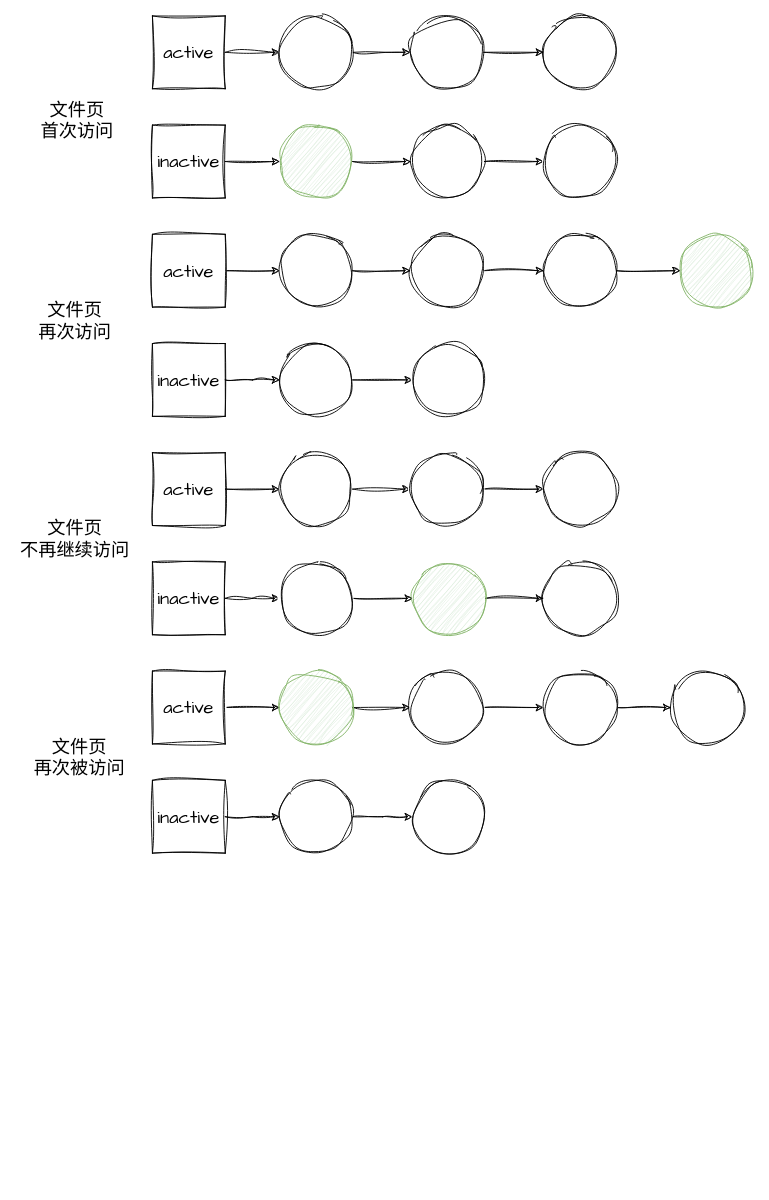
This is images/LRU双链表.drawio from ji92/markdown_picture, a draw.io file, before an edit. Source tidied: cells renumbered, new cells numbered last; positions are measured from the earlier drawing's top-left corner, leaving out a move shared by most shapes. Both pictures are drawn from the tidied source at 91%, with x=0, y=0 at pixel (15, 15).
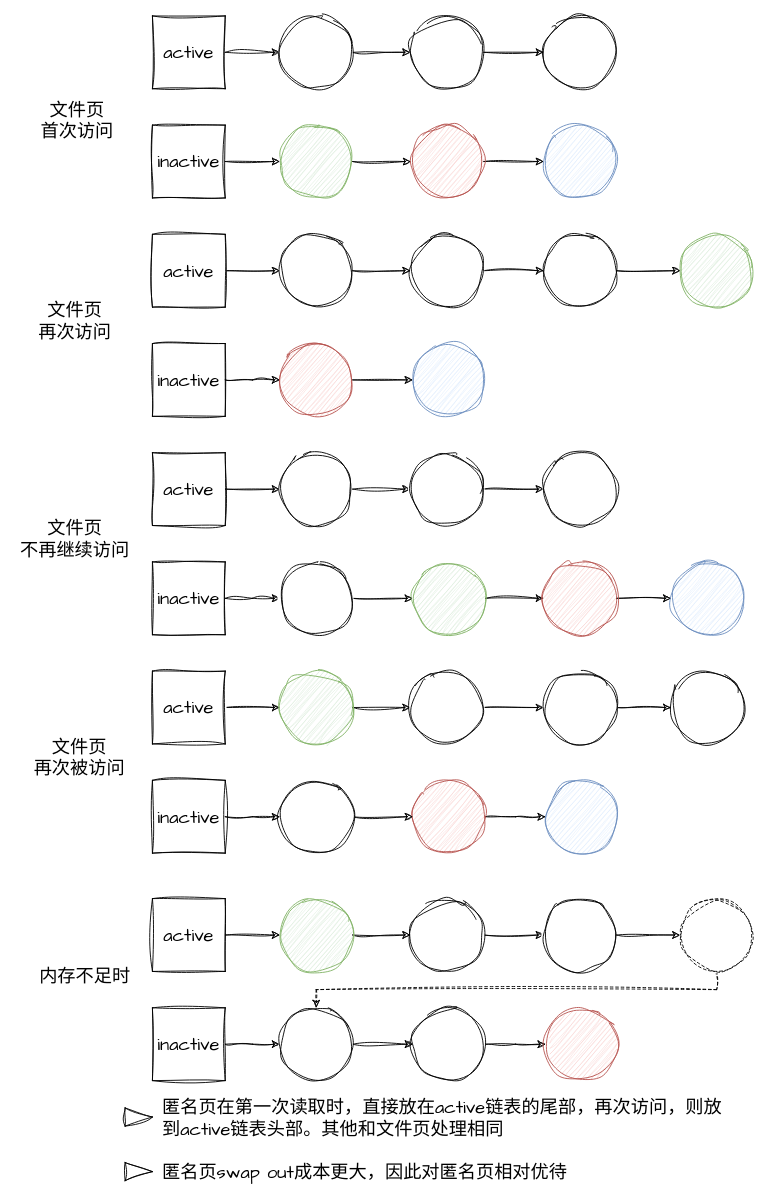
The same diagram, later.

Commit message (it also covers changes not shown here):
更新LRU双链表.drawio

Change to the diagram source:
```diff
@@
-    <mxCell id="14" style="ellipse;whiteSpace=wrap;html=1;sketch=1;hachureGap=4;jiggle=2;curveFitting=1;fontFamily=Architects Daughter;fontSize=20;" parent="1" vertex="1">
+    <mxCell id="14" style="ellipse;whiteSpace=wrap;html=1;sketch=1;hachureGap=4;jiggle=2;curveFitting=1;fontFamily=Architects Daughter;fontSize=20;fillColor=#f8cecc;strokeColor=#b85450;" parent="1" vertex="1">
       <mxGeometry x="434" y="120" width="80" height="80" as="geometry" />
     </mxCell>
-    <mxCell id="15" style="ellipse;whiteSpace=wrap;html=1;sketch=1;hachureGap=4;jiggle=2;curveFitting=1;fontFamily=Architects Daughter;fontSize=20;" parent="1" vertex="1">
+    <mxCell id="15" style="ellipse;whiteSpace=wrap;html=1;sketch=1;hachureGap=4;jiggle=2;curveFitting=1;fontFamily=Architects Daughter;fontSize=20;fillColor=#dae8fc;strokeColor=#6c8ebf;" parent="1" vertex="1">
       <mxGeometry x="580" y="120" width="80" height="80" as="geometry" />
     </mxCell>
@@
-    <mxCell id="28" style="ellipse;whiteSpace=wrap;html=1;sketch=1;hachureGap=4;jiggle=2;curveFitting=1;fontFamily=Architects Daughter;fontSize=20;" parent="1" vertex="1">
+    <mxCell id="28" style="ellipse;whiteSpace=wrap;html=1;sketch=1;hachureGap=4;jiggle=2;curveFitting=1;fontFamily=Architects Daughter;fontSize=20;fillColor=#f8cecc;strokeColor=#b85450;" parent="1" vertex="1">
       <mxGeometry x="290" y="360" width="80" height="80" as="geometry" />
     </mxCell>
-    <mxCell id="29" style="ellipse;whiteSpace=wrap;html=1;sketch=1;hachureGap=4;jiggle=2;curveFitting=1;fontFamily=Architects Daughter;fontSize=20;" parent="1" vertex="1">
+    <mxCell id="29" style="ellipse;whiteSpace=wrap;html=1;sketch=1;hachureGap=4;jiggle=2;curveFitting=1;fontFamily=Architects Daughter;fontSize=20;fillColor=#dae8fc;strokeColor=#6c8ebf;" parent="1" vertex="1">
       <mxGeometry x="436" y="360" width="80" height="80" as="geometry" />
     </mxCell>
@@
+    <mxCell id="62" style="edgeStyle=orthogonalEdgeStyle;rounded=0;sketch=1;hachureGap=4;jiggle=2;curveFitting=1;jettySize=auto;html=1;exitX=1;exitY=0.5;exitDx=0;exitDy=0;entryX=0;entryY=0.5;entryDx=0;entryDy=0;fontFamily=Architects Daughter;fontSize=16;" parent="1" edge="1" source="46" target="63">
+      <mxGeometry relative="1" as="geometry" />
+    </mxCell>
-    <mxCell id="46" style="ellipse;whiteSpace=wrap;html=1;sketch=1;hachureGap=4;jiggle=2;curveFitting=1;fontFamily=Architects Daughter;fontSize=20;" parent="1" vertex="1">
+    <mxCell id="46" style="ellipse;whiteSpace=wrap;html=1;sketch=1;hachureGap=4;jiggle=2;curveFitting=1;fontFamily=Architects Daughter;fontSize=20;fillColor=#f8cecc;strokeColor=#b85450;" parent="1" vertex="1">
       <mxGeometry x="580" y="600" width="80" height="80" as="geometry" />
     </mxCell>
@@
     <mxCell id="57" style="edgeStyle=orthogonalEdgeStyle;rounded=0;sketch=1;hachureGap=4;jiggle=2;curveFitting=1;jettySize=auto;html=1;exitX=1;exitY=0.5;exitDx=0;exitDy=0;fontFamily=Architects Daughter;fontSize=16;" parent="1" edge="1" source="58">
       <mxGeometry relative="1" as="geometry">
-        <mxPoint x="436" y="880" as="targetPoint" />
+        <mxPoint x="582" y="880" as="targetPoint" />
       </mxGeometry>
     </mxCell>
-    <mxCell id="58" style="ellipse;whiteSpace=wrap;html=1;sketch=1;hachureGap=4;jiggle=2;curveFitting=1;fontFamily=Architects Daughter;fontSize=20;" parent="1" vertex="1">
-      <mxGeometry x="290" y="840" width="80" height="80" as="geometry" />
+    <mxCell id="58" style="ellipse;whiteSpace=wrap;html=1;sketch=1;hachureGap=4;jiggle=2;curveFitting=1;fontFamily=Architects Daughter;fontSize=20;fillColor=#f8cecc;strokeColor=#b85450;" parent="1" vertex="1">
+      <mxGeometry x="436" y="840" width="80" height="80" as="geometry" />
     </mxCell>
@@
-    <mxCell id="60" style="ellipse;whiteSpace=wrap;html=1;sketch=1;hachureGap=4;jiggle=2;curveFitting=1;fontFamily=Architects Daughter;fontSize=20;" parent="1" vertex="1">
-      <mxGeometry x="436" y="840" width="80" height="80" as="geometry" />
+    <mxCell id="60" style="ellipse;whiteSpace=wrap;html=1;sketch=1;hachureGap=4;jiggle=2;curveFitting=1;fontFamily=Architects Daughter;fontSize=20;fillColor=#dae8fc;strokeColor=#6c8ebf;" parent="1" vertex="1">
+      <mxGeometry x="582" y="840" width="80" height="80" as="geometry" />
     </mxCell>
@@
+    <mxCell id="63" style="ellipse;whiteSpace=wrap;html=1;sketch=1;hachureGap=4;jiggle=2;curveFitting=1;fontFamily=Architects Daughter;fontSize=20;fillColor=#dae8fc;strokeColor=#6c8ebf;" parent="1" vertex="1">
+      <mxGeometry x="720" y="600" width="80" height="80" as="geometry" />
+    </mxCell>
+    <mxCell id="64" style="edgeStyle=orthogonalEdgeStyle;rounded=0;sketch=1;hachureGap=4;jiggle=2;curveFitting=1;jettySize=auto;html=1;exitX=1;exitY=0.5;exitDx=0;exitDy=0;entryX=0;entryY=0.5;entryDx=0;entryDy=0;fontFamily=Architects Daughter;fontSize=16;" parent="1" edge="1" source="65" target="58">
+      <mxGeometry relative="1" as="geometry" />
+    </mxCell>
+    <mxCell id="65" style="ellipse;whiteSpace=wrap;html=1;sketch=1;hachureGap=4;jiggle=2;curveFitting=1;fontFamily=Architects Daughter;fontSize=20;" parent="1" vertex="1">
+      <mxGeometry x="290" y="840" width="80" height="80" as="geometry" />
+    </mxCell>
+    <mxCell id="66" style="edgeStyle=orthogonalEdgeStyle;rounded=0;sketch=1;hachureGap=4;jiggle=2;curveFitting=1;jettySize=auto;html=1;exitX=1;exitY=0.5;exitDx=0;exitDy=0;entryX=0;entryY=0.5;entryDx=0;entryDy=0;fontFamily=Architects Daughter;fontSize=16;" parent="1" edge="1" source="67" target="71">
+      <mxGeometry relative="1" as="geometry" />
+    </mxCell>
+    <mxCell id="67" value="active" style="whiteSpace=wrap;html=1;sketch=1;hachureGap=4;jiggle=2;curveFitting=1;fontFamily=Architects Daughter;fontSize=20;" parent="1" vertex="1">
+      <mxGeometry x="150" y="970" width="80" height="80" as="geometry" />
+    </mxCell>
+    <mxCell id="68" style="edgeStyle=orthogonalEdgeStyle;rounded=0;sketch=1;hachureGap=4;jiggle=2;curveFitting=1;jettySize=auto;html=1;exitX=1;exitY=0.5;exitDx=0;exitDy=0;entryX=0;entryY=0.5;entryDx=0;entryDy=0;fontFamily=Architects Daughter;fontSize=16;" parent="1" edge="1" source="69">
+      <mxGeometry relative="1" as="geometry">
+        <mxPoint x="290" y="1130" as="targetPoint" />
+      </mxGeometry>
+    </mxCell>
+    <mxCell id="69" value="inactive" style="whiteSpace=wrap;html=1;sketch=1;hachureGap=4;jiggle=2;curveFitting=1;fontFamily=Architects Daughter;fontSize=20;" parent="1" vertex="1">
+      <mxGeometry x="150" y="1090" width="80" height="80" as="geometry" />
+    </mxCell>
+    <mxCell id="70" style="edgeStyle=orthogonalEdgeStyle;rounded=0;sketch=1;hachureGap=4;jiggle=2;curveFitting=1;jettySize=auto;html=1;exitX=1;exitY=0.5;exitDx=0;exitDy=0;entryX=0;entryY=0.5;entryDx=0;entryDy=0;fontFamily=Architects Daughter;fontSize=16;" parent="1" edge="1" source="71" target="73">
+      <mxGeometry relative="1" as="geometry" />
+    </mxCell>
+    <mxCell id="71" style="ellipse;whiteSpace=wrap;html=1;sketch=1;hachureGap=4;jiggle=2;curveFitting=1;fontFamily=Architects Daughter;fontSize=20;fillColor=#d5e8d4;strokeColor=#82b366;" parent="1" vertex="1">
+      <mxGeometry x="290" y="970" width="80" height="80" as="geometry" />
+    </mxCell>
+    <mxCell id="72" style="edgeStyle=orthogonalEdgeStyle;rounded=0;sketch=1;hachureGap=4;jiggle=2;curveFitting=1;jettySize=auto;html=1;exitX=1;exitY=0.5;exitDx=0;exitDy=0;entryX=0;entryY=0.5;entryDx=0;entryDy=0;fontFamily=Architects Daughter;fontSize=16;" parent="1" edge="1" source="73" target="75">
+      <mxGeometry relative="1" as="geometry" />
+    </mxCell>
+    <mxCell id="73" style="ellipse;whiteSpace=wrap;html=1;sketch=1;hachureGap=4;jiggle=2;curveFitting=1;fontFamily=Architects Daughter;fontSize=20;" parent="1" vertex="1">
+      <mxGeometry x="433.5" y="970" width="80" height="80" as="geometry" />
+    </mxCell>
+    <mxCell id="74" style="edgeStyle=orthogonalEdgeStyle;rounded=0;sketch=1;hachureGap=4;jiggle=2;curveFitting=1;jettySize=auto;html=1;exitX=1;exitY=0.5;exitDx=0;exitDy=0;fontFamily=Architects Daughter;fontSize=16;" parent="1" edge="1" source="75" target="83">
+      <mxGeometry relative="1" as="geometry" />
+    </mxCell>
+    <mxCell id="75" style="ellipse;whiteSpace=wrap;html=1;sketch=1;hachureGap=4;jiggle=2;curveFitting=1;fontFamily=Architects Daughter;fontSize=20;" parent="1" vertex="1">
+      <mxGeometry x="580" y="970" width="80" height="80" as="geometry" />
+    </mxCell>
+    <mxCell id="76" style="edgeStyle=orthogonalEdgeStyle;rounded=0;sketch=1;hachureGap=4;jiggle=2;curveFitting=1;jettySize=auto;html=1;exitX=1;exitY=0.5;exitDx=0;exitDy=0;fontFamily=Architects Daughter;fontSize=16;" parent="1" edge="1" source="77">
+      <mxGeometry relative="1" as="geometry">
+        <mxPoint x="582" y="1130" as="targetPoint" />
+      </mxGeometry>
+    </mxCell>
+    <mxCell id="77" style="ellipse;whiteSpace=wrap;html=1;sketch=1;hachureGap=4;jiggle=2;curveFitting=1;fontFamily=Architects Daughter;fontSize=20;" parent="1" vertex="1">
+      <mxGeometry x="436" y="1090" width="80" height="80" as="geometry" />
+    </mxCell>
+    <mxCell id="78" value="内存不足时" style="text;html=1;strokeColor=none;fillColor=none;align=center;verticalAlign=middle;whiteSpace=wrap;rounded=0;fontSize=20;fontFamily=Architects Daughter;" parent="1" vertex="1">
+      <mxGeometry x="16" y="1010" width="120" height="90" as="geometry" />
+    </mxCell>
+    <mxCell id="79" style="ellipse;whiteSpace=wrap;html=1;sketch=1;hachureGap=4;jiggle=2;curveFitting=1;fontFamily=Architects Daughter;fontSize=20;fillColor=#f8cecc;strokeColor=#b85450;" parent="1" vertex="1">
+      <mxGeometry x="582" y="1090" width="80" height="80" as="geometry" />
+    </mxCell>
+    <mxCell id="80" style="edgeStyle=orthogonalEdgeStyle;rounded=0;sketch=1;hachureGap=4;jiggle=2;curveFitting=1;jettySize=auto;html=1;exitX=1;exitY=0.5;exitDx=0;exitDy=0;entryX=0;entryY=0.5;entryDx=0;entryDy=0;fontFamily=Architects Daughter;fontSize=16;" parent="1" edge="1" source="81" target="77">
+      <mxGeometry relative="1" as="geometry" />
+    </mxCell>
+    <mxCell id="81" style="ellipse;whiteSpace=wrap;html=1;sketch=1;hachureGap=4;jiggle=2;curveFitting=1;fontFamily=Architects Daughter;fontSize=20;" parent="1" vertex="1">
+      <mxGeometry x="290" y="1090" width="80" height="80" as="geometry" />
+    </mxCell>
+    <mxCell id="82" style="edgeStyle=orthogonalEdgeStyle;rounded=0;sketch=1;hachureGap=4;jiggle=2;curveFitting=1;jettySize=auto;html=1;exitX=0.5;exitY=1;exitDx=0;exitDy=0;entryX=0.5;entryY=0;entryDx=0;entryDy=0;fontFamily=Architects Daughter;fontSize=16;dashed=1;" parent="1" edge="1" source="83" target="81">
+      <mxGeometry relative="1" as="geometry" />
+    </mxCell>
+    <mxCell id="83" style="ellipse;whiteSpace=wrap;html=1;sketch=1;hachureGap=4;jiggle=2;curveFitting=1;fontFamily=Architects Daughter;fontSize=20;dashed=1;" parent="1" vertex="1">
+      <mxGeometry x="730" y="970" width="80" height="80" as="geometry" />
+    </mxCell>
+    <mxCell id="84" value="匿名页在第一次读取时，直接放在active链表的尾部，再次访问，则放到active链表头部。其他和文件页处理相同&lt;br&gt;&lt;br&gt;匿名页swap out成本更大，因此对匿名页相对优待" style="text;html=1;strokeColor=none;fillColor=none;align=left;verticalAlign=middle;whiteSpace=wrap;rounded=0;fontSize=20;fontFamily=Architects Daughter;" parent="1" vertex="1">
+      <mxGeometry x="159" y="1220" width="630" height="30" as="geometry" />
+    </mxCell>
+    <mxCell id="85" style="triangle;whiteSpace=wrap;html=1;sketch=1;hachureGap=4;jiggle=2;curveFitting=1;fontFamily=Architects Daughter;fontSize=20;" parent="1" vertex="1">
+      <mxGeometry x="120" y="1200" width="30" height="20" as="geometry" />
+    </mxCell>
+    <mxCell id="86" style="triangle;whiteSpace=wrap;html=1;sketch=1;hachureGap=4;jiggle=2;curveFitting=1;fontFamily=Architects Daughter;fontSize=20;" parent="1" vertex="1">
+      <mxGeometry x="120" y="1260" width="30" height="20" as="geometry" />
+    </mxCell>
```
